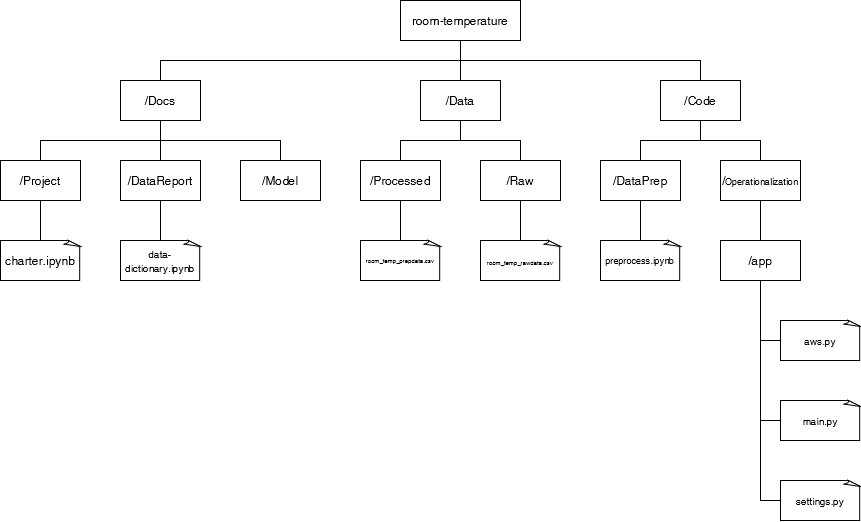
elianpk/IotPB keeps this draw.io diagram as TDSP.png. Above is the earlier version. Source tidied: cells renumbered, new cells last; positions are measured from the earlier drawing's top-left corner, leaving out a move shared by most shapes.
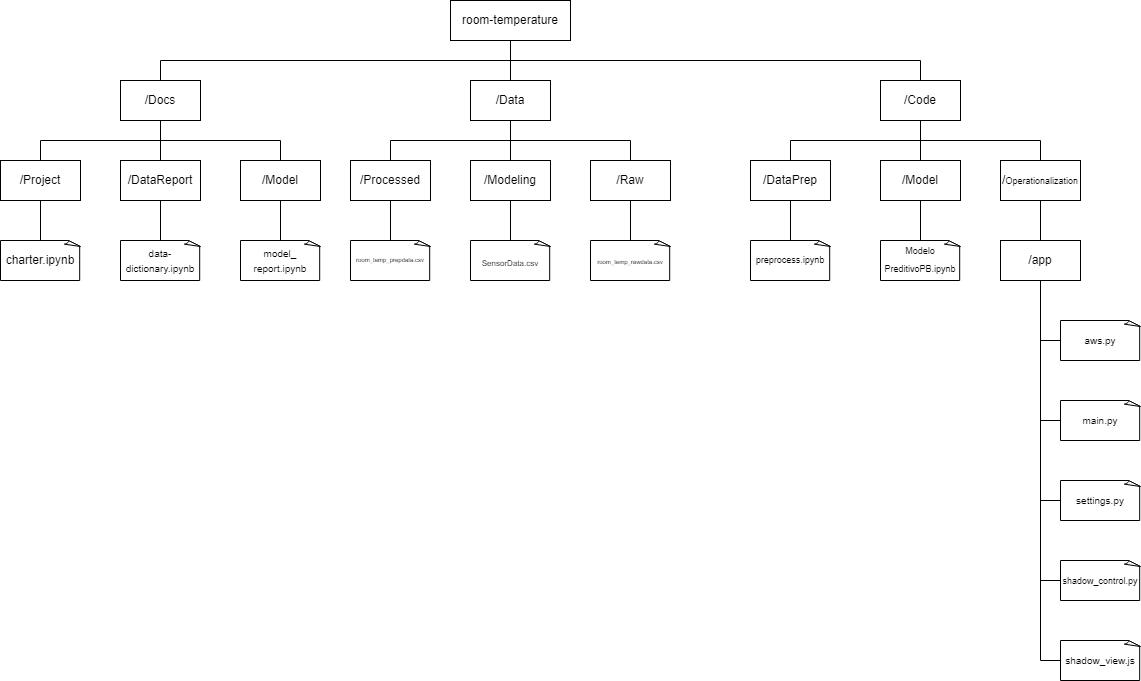
The same diagram one commit later.

Commit message:
Atualizando TDSP

Change to the diagram source:
```diff
@@ -6,7 +6,7 @@
       <mxGeometry relative="1" as="geometry">
         <Array as="points">
           <mxPoint x="460" y="60" />
-          <mxPoint x="160" y="60" />
+          <mxPoint x="110" y="60" />
         </Array>
       </mxGeometry>
     </mxCell>
@@ -17,7 +17,7 @@
       <mxGeometry relative="1" as="geometry">
         <Array as="points">
           <mxPoint x="460" y="60" />
-          <mxPoint x="700" y="60" />
+          <mxPoint x="870" y="60" />
         </Array>
       </mxGeometry>
     </mxCell>
@@ -27,8 +27,8 @@
     <mxCell id="6" style="edgeStyle=orthogonalEdgeStyle;rounded=0;jettySize=auto;html=1;entryX=0.5;entryY=0;entryDx=0;entryDy=0;endArrow=none;endFill=0;" parent="1" edge="1" source="9" target="11">
       <mxGeometry relative="1" as="geometry">
         <Array as="points">
-          <mxPoint x="160" y="140" />
-          <mxPoint x="40" y="140" />
+          <mxPoint x="110" y="140" />
+          <mxPoint x="-10" y="140" />
         </Array>
       </mxGeometry>
     </mxCell>
@@ -38,40 +38,50 @@
     <mxCell id="8" style="edgeStyle=orthogonalEdgeStyle;rounded=0;jettySize=auto;html=1;entryX=0.5;entryY=0;entryDx=0;entryDy=0;endArrow=none;endFill=0;" parent="1" edge="1" source="9" target="14">
       <mxGeometry relative="1" as="geometry">
         <Array as="points">
-          <mxPoint x="160" y="140" />
-          <mxPoint x="280" y="140" />
+          <mxPoint x="110" y="140" />
+          <mxPoint x="230" y="140" />
         </Array>
       </mxGeometry>
     </mxCell>
     <mxCell id="9" value="/Docs" style="rounded=0;whiteSpace=wrap;html=1;" parent="1" vertex="1">
-      <mxGeometry x="120" y="80" width="80" height="40" as="geometry" />
+      <mxGeometry x="70" y="80" width="80" height="40" as="geometry" />
     </mxCell>
     <mxCell id="10" style="edgeStyle=orthogonalEdgeStyle;rounded=0;jettySize=auto;html=1;endArrow=none;endFill=0;" parent="1" edge="1" source="11" target="15">
       <mxGeometry relative="1" as="geometry" />
     </mxCell>
     <mxCell id="11" value="&lt;div&gt;/Project&lt;/div&gt;" style="rounded=0;whiteSpace=wrap;html=1;" parent="1" vertex="1">
-      <mxGeometry y="160" width="80" height="40" as="geometry" />
+      <mxGeometry x="-50" y="160" width="80" height="40" as="geometry" />
     </mxCell>
     <mxCell id="12" style="edgeStyle=orthogonalEdgeStyle;rounded=0;jettySize=auto;html=1;endArrow=none;endFill=0;" parent="1" edge="1" source="13" target="16">
       <mxGeometry relative="1" as="geometry" />
     </mxCell>
     <mxCell id="13" value="/DataReport" style="rounded=0;whiteSpace=wrap;html=1;" parent="1" vertex="1">
-      <mxGeometry x="120" y="160" width="80" height="40" as="geometry" />
+      <mxGeometry x="70" y="160" width="80" height="40" as="geometry" />
     </mxCell>
     <mxCell id="14" value="/Model" style="rounded=0;whiteSpace=wrap;html=1;" parent="1" vertex="1">
-      <mxGeometry x="240" y="160" width="80" height="40" as="geometry" />
+      <mxGeometry x="190" y="160" width="80" height="40" as="geometry" />
     </mxCell>
     <mxCell id="15" value="charter.ipynb" style="whiteSpace=wrap;html=1;shape=mxgraph.basic.document;" parent="1" vertex="1">
-      <mxGeometry y="240" width="80" height="40" as="geometry" />
+      <mxGeometry x="-50" y="240" width="80" height="40" as="geometry" />
     </mxCell>
     <mxCell id="16" value="&lt;font style=&quot;font-size: 10px&quot;&gt;data-dictionary.ipynb&lt;/font&gt;" style="whiteSpace=wrap;html=1;shape=mxgraph.basic.document;" parent="1" vertex="1">
-      <mxGeometry x="120" y="240" width="80" height="40" as="geometry" />
+      <mxGeometry x="70" y="240" width="80" height="40" as="geometry" />
     </mxCell>
     <mxCell id="17" style="edgeStyle=orthogonalEdgeStyle;rounded=0;jettySize=auto;html=1;entryX=0.5;entryY=0;entryDx=0;entryDy=0;fontSize=10;endArrow=none;endFill=0;" parent="1" edge="1" source="19" target="21">
-      <mxGeometry relative="1" as="geometry" />
+      <mxGeometry relative="1" as="geometry">
+        <Array as="points">
+          <mxPoint x="460" y="140" />
+          <mxPoint x="340" y="140" />
+        </Array>
+      </mxGeometry>
     </mxCell>
     <mxCell id="18" style="edgeStyle=orthogonalEdgeStyle;rounded=0;jettySize=auto;html=1;entryX=0.5;entryY=0;entryDx=0;entryDy=0;fontSize=10;endArrow=none;endFill=0;" parent="1" edge="1" source="19" target="23">
-      <mxGeometry relative="1" as="geometry" />
+      <mxGeometry relative="1" as="geometry">
+        <Array as="points">
+          <mxPoint x="460" y="140" />
+          <mxPoint x="580" y="140" />
+        </Array>
+      </mxGeometry>
     </mxCell>
     <mxCell id="19" value="/Data" style="rounded=0;whiteSpace=wrap;html=1;" parent="1" vertex="1">
       <mxGeometry x="420" y="80" width="80" height="40" as="geometry" />
@@ -80,37 +90,51 @@
       <mxGeometry relative="1" as="geometry" />
     </mxCell>
     <mxCell id="21" value="/Processed" style="rounded=0;whiteSpace=wrap;html=1;" parent="1" vertex="1">
-      <mxGeometry x="360" y="160" width="80" height="40" as="geometry" />
+      <mxGeometry x="300" y="160" width="80" height="40" as="geometry" />
     </mxCell>
     <mxCell id="22" style="edgeStyle=orthogonalEdgeStyle;rounded=0;jettySize=auto;html=1;entryX=0.5;entryY=0;entryDx=0;entryDy=0;entryPerimeter=0;fontSize=10;endArrow=none;endFill=0;" parent="1" edge="1" source="23" target="24">
       <mxGeometry relative="1" as="geometry" />
     </mxCell>
     <mxCell id="23" value="/Raw" style="rounded=0;whiteSpace=wrap;html=1;" parent="1" vertex="1">
-      <mxGeometry x="480" y="160" width="80" height="40" as="geometry" />
+      <mxGeometry x="540" y="160" width="80" height="40" as="geometry" />
     </mxCell>
     <mxCell id="24" value="&lt;font style=&quot;font-size: 6px&quot;&gt;room_temp_rawdata.csv&lt;/font&gt;" style="whiteSpace=wrap;html=1;shape=mxgraph.basic.document;fontSize=10;align=center;" parent="1" vertex="1">
-      <mxGeometry x="480" y="240" width="80" height="40" as="geometry" />
+      <mxGeometry x="540" y="240" width="80" height="40" as="geometry" />
     </mxCell>
-    <mxCell id="25" style="edgeStyle=orthogonalEdgeStyle;rounded=0;jettySize=auto;html=1;entryX=0.5;entryY=0;entryDx=0;entryDy=0;fontSize=10;endArrow=none;endFill=0;" parent="1" edge="1" source="27" target="29">
-      <mxGeometry relative="1" as="geometry" />
+    <mxCell id="25" style="edgeStyle=orthogonalEdgeStyle;rounded=0;jettySize=auto;html=1;entryX=0.5;entryY=0;entryDx=0;entryDy=0;fontSize=10;endArrow=none;endFill=0;" parent="1" edge="1" source="27">
+      <mxGeometry relative="1" as="geometry">
+        <mxPoint x="740" y="160" as="targetPoint" />
+        <Array as="points">
+          <mxPoint x="870" y="140" />
+          <mxPoint x="740" y="140" />
+        </Array>
+      </mxGeometry>
     </mxCell>
     <mxCell id="26" style="edgeStyle=orthogonalEdgeStyle;rounded=0;jettySize=auto;html=1;entryX=0.5;entryY=0;entryDx=0;entryDy=0;fontSize=10;endArrow=none;endFill=0;" parent="1" edge="1" source="27" target="31">
-      <mxGeometry relative="1" as="geometry" />
+      <mxGeometry relative="1" as="geometry">
+        <Array as="points">
+          <mxPoint x="870" y="140" />
+          <mxPoint x="990" y="140" />
+        </Array>
+      </mxGeometry>
     </mxCell>
     <mxCell id="27" value="/Code" style="rounded=0;whiteSpace=wrap;html=1;" parent="1" vertex="1">
-      <mxGeometry x="660" y="80" width="80" height="40" as="geometry" />
+      <mxGeometry x="830" y="80" width="80" height="40" as="geometry" />
     </mxCell>
-    <mxCell id="28" style="edgeStyle=orthogonalEdgeStyle;rounded=0;jettySize=auto;html=1;entryX=0.5;entryY=0;entryDx=0;entryDy=0;entryPerimeter=0;fontSize=9;endArrow=none;endFill=0;" parent="1" edge="1" source="29" target="40">
-      <mxGeometry relative="1" as="geometry" />
+    <mxCell id="28" style="edgeStyle=orthogonalEdgeStyle;rounded=0;orthogonalLoop=1;jettySize=auto;html=1;entryX=0.5;entryY=0;entryDx=0;entryDy=0;entryPerimeter=0;fontSize=9;endArrow=none;endFill=0;" parent="1" edge="1">
+      <mxGeometry relative="1" as="geometry">
+        <mxPoint x="740" y="200" as="sourcePoint" />
+        <mxPoint x="740" y="240" as="targetPoint" />
+      </mxGeometry>
     </mxCell>
     <mxCell id="29" value="/DataPrep" style="rounded=0;whiteSpace=wrap;html=1;" parent="1" vertex="1">
-      <mxGeometry x="600" y="160" width="80" height="40" as="geometry" />
+      <mxGeometry x="700" y="160" width="80" height="40" as="geometry" />
     </mxCell>
     <mxCell id="30" style="edgeStyle=orthogonalEdgeStyle;rounded=0;jettySize=auto;html=1;entryX=0.5;entryY=0;entryDx=0;entryDy=0;fontSize=9;endArrow=none;endFill=0;" parent="1" edge="1" source="31" target="35">
       <mxGeometry relative="1" as="geometry" />
     </mxCell>
     <mxCell id="31" value="/&lt;font style=&quot;font-size: 9px&quot;&gt;Operationalization&lt;/font&gt;" style="rounded=0;whiteSpace=wrap;html=1;" parent="1" vertex="1">
-      <mxGeometry x="720" y="160" width="80" height="40" as="geometry" />
+      <mxGeometry x="950" y="160" width="80" height="40" as="geometry" />
     </mxCell>
     <mxCell id="32" style="edgeStyle=orthogonalEdgeStyle;rounded=0;jettySize=auto;html=1;entryX=0;entryY=0.5;entryDx=0;entryDy=0;entryPerimeter=0;fontSize=6;endArrow=none;endFill=0;" parent="1" edge="1" source="35" target="37">
       <mxGeometry relative="1" as="geometry" />
@@ -122,22 +146,64 @@
       <mxGeometry relative="1" as="geometry" />
     </mxCell>
     <mxCell id="35" value="&lt;div&gt;/app&lt;/div&gt;" style="rounded=0;whiteSpace=wrap;html=1;" parent="1" vertex="1">
-      <mxGeometry x="720" y="240" width="80" height="40" as="geometry" />
+      <mxGeometry x="950" y="240" width="80" height="40" as="geometry" />
     </mxCell>
     <mxCell id="36" value="&lt;h2 id=&quot;blob-path&quot; class=&quot;breadcrumb flex-auto flex-self-center min-width-0 text-normal mx-2 width-full width-md-auto flex-order-1 flex-md-order-none mt-3 mt-md-0&quot; style=&quot;font-size: 6px&quot; align=&quot;center&quot;&gt;&lt;font style=&quot;font-size: 6px&quot;&gt;&lt;span class=&quot;separator&quot;&gt;&lt;/span&gt;&lt;span class=&quot;final-path&quot;&gt;&lt;span style=&quot;font-weight: normal&quot;&gt;room_temp&lt;/span&gt;&lt;/span&gt;&lt;span class=&quot;final-path&quot;&gt;&lt;span style=&quot;font-weight: normal&quot;&gt;_prepdata.csv&lt;/span&gt;&lt;/span&gt;&lt;/font&gt;&lt;/h2&gt;" style="whiteSpace=wrap;html=1;shape=mxgraph.basic.document;fontSize=10;align=center;" parent="1" vertex="1">
-      <mxGeometry x="360" y="240" width="80" height="40" as="geometry" />
+      <mxGeometry x="300" y="240" width="80" height="40" as="geometry" />
     </mxCell>
     <mxCell id="37" value="aws.py" style="whiteSpace=wrap;html=1;shape=mxgraph.basic.document;fontSize=10;align=center;" parent="1" vertex="1">
-      <mxGeometry x="780" y="320" width="80" height="40" as="geometry" />
+      <mxGeometry x="1010" y="320" width="80" height="40" as="geometry" />
     </mxCell>
     <mxCell id="38" value="main.py" style="whiteSpace=wrap;html=1;shape=mxgraph.basic.document;fontSize=10;align=center;" parent="1" vertex="1">
-      <mxGeometry x="780" y="400" width="80" height="40" as="geometry" />
+      <mxGeometry x="1010" y="400" width="80" height="40" as="geometry" />
     </mxCell>
     <mxCell id="39" value="settings.py" style="whiteSpace=wrap;html=1;shape=mxgraph.basic.document;fontSize=10;align=center;" parent="1" vertex="1">
-      <mxGeometry x="780" y="480" width="80" height="40" as="geometry" />
+      <mxGeometry x="1010" y="480" width="80" height="40" as="geometry" />
     </mxCell>
     <mxCell id="40" value="&lt;h2 id=&quot;blob-path&quot; class=&quot;breadcrumb flex-auto flex-self-center min-width-0 text-normal mx-2 width-full width-md-auto flex-order-1 flex-md-order-none mt-3 mt-md-0&quot; style=&quot;font-size: 9px&quot;&gt;&lt;font style=&quot;font-size: 9px&quot;&gt;&lt;span class=&quot;final-path&quot;&gt;&lt;span style=&quot;font-weight: normal&quot;&gt;preprocess.ipynb&lt;/span&gt;&lt;/span&gt;&lt;/font&gt;&lt;/h2&gt;" style="whiteSpace=wrap;html=1;shape=mxgraph.basic.document;fontSize=10;align=center;" parent="1" vertex="1">
-      <mxGeometry x="600" y="240" width="80" height="40" as="geometry" />
+      <mxGeometry x="700" y="240" width="80" height="40" as="geometry" />
     </mxCell>
+    <mxCell id="41" value="&lt;font style=&quot;font-size: 9px&quot;&gt;shadow_control.py&lt;/font&gt;" style="whiteSpace=wrap;html=1;shape=mxgraph.basic.document;fontSize=10;align=center;" parent="1" vertex="1">
+      <mxGeometry x="1010" y="560" width="80" height="40" as="geometry" />
+    </mxCell>
+    <mxCell id="42" value="shadow_view.js" style="whiteSpace=wrap;html=1;shape=mxgraph.basic.document;fontSize=10;align=center;" parent="1" vertex="1">
+      <mxGeometry x="1010" y="640" width="80" height="40" as="geometry" />
+    </mxCell>
+    <mxCell id="43" style="endArrow=none;html=1;rounded=0;exitX=0.5;exitY=1;exitDx=0;exitDy=0;edgeStyle=orthogonalEdgeStyle;entryX=0;entryY=0.5;entryDx=0;entryDy=0;entryPerimeter=0;" parent="1" edge="1" source="35" target="41">
+      <mxGeometry relative="1" as="geometry" />
+    </mxCell>
+    <mxCell id="44" style="endArrow=none;html=1;rounded=0;exitX=0.5;exitY=1;exitDx=0;exitDy=0;edgeStyle=orthogonalEdgeStyle;entryX=0;entryY=0.5;entryDx=0;entryDy=0;entryPerimeter=0;" parent="1" edge="1" source="35" target="42">
+      <mxGeometry relative="1" as="geometry" />
+    </mxCell>
+    <mxCell id="45" value="/Modeling" style="rounded=0;whiteSpace=wrap;html=1;" parent="1" vertex="1">
+      <mxGeometry x="420" y="160" width="80" height="40" as="geometry" />
+    </mxCell>
+    <mxCell id="46" value="&lt;h2 id=&quot;blob-path&quot; class=&quot;breadcrumb flex-auto flex-self-center min-width-0 text-normal mx-2 width-full width-md-auto flex-order-1 flex-md-order-none mt-3 mt-md-0&quot; align=&quot;center&quot;&gt;&lt;span style=&quot;font-size: 8px ; font-weight: 400&quot;&gt;SensorData.csv&lt;/span&gt;&lt;/h2&gt;" style="whiteSpace=wrap;html=1;shape=mxgraph.basic.document;fontSize=10;align=center;" parent="1" vertex="1">
+      <mxGeometry x="420" y="240" width="80" height="40" as="geometry" />
+    </mxCell>
+    <mxCell id="47" style="endArrow=none;html=1;rounded=0;fontSize=8;exitX=0.5;exitY=1;exitDx=0;exitDy=0;entryX=0.5;entryY=0;entryDx=0;entryDy=0;" parent="1" edge="1" source="19" target="45">
+      <mxGeometry relative="1" as="geometry" />
+    </mxCell>
+    <mxCell id="48" style="endArrow=none;html=1;rounded=0;fontSize=8;entryX=0.5;entryY=1;entryDx=0;entryDy=0;exitX=0.5;exitY=0;exitDx=0;exitDy=0;exitPerimeter=0;" parent="1" edge="1" source="46" target="45">
+      <mxGeometry relative="1" as="geometry" />
+    </mxCell>
+    <mxCell id="49" value="&lt;font style=&quot;font-size: 10px&quot;&gt;model_&lt;br&gt;report.ipynb&lt;/font&gt;" style="whiteSpace=wrap;html=1;shape=mxgraph.basic.document;" parent="1" vertex="1">
+      <mxGeometry x="190" y="240" width="80" height="40" as="geometry" />
+    </mxCell>
+    <mxCell id="50" style="endArrow=none;html=1;rounded=0;fontSize=8;entryX=0.5;entryY=1;entryDx=0;entryDy=0;exitX=0.5;exitY=0;exitDx=0;exitDy=0;exitPerimeter=0;" parent="1" edge="1" source="49" target="14">
+      <mxGeometry relative="1" as="geometry" />
+    </mxCell>
+    <mxCell id="51" value="/Model" style="rounded=0;whiteSpace=wrap;html=1;" parent="1" vertex="1">
+      <mxGeometry x="830" y="160" width="80" height="40" as="geometry" />
+    </mxCell>
+    <mxCell id="52" style="endArrow=none;html=1;rounded=0;fontSize=8;entryX=0.5;entryY=1;entryDx=0;entryDy=0;exitX=0.5;exitY=0;exitDx=0;exitDy=0;" parent="1" edge="1" source="51" target="27">
+      <mxGeometry relative="1" as="geometry" />
+    </mxCell>
+    <mxCell id="53" value="&lt;h2 id=&quot;blob-path&quot; class=&quot;breadcrumb flex-auto flex-self-center min-width-0 text-normal mx-2 width-full width-md-auto flex-order-1 flex-md-order-none mt-3 mt-md-0&quot; style=&quot;font-size: 9px&quot;&gt;&lt;font style=&quot;font-size: 9px&quot;&gt;&lt;span class=&quot;final-path&quot;&gt;&lt;span style=&quot;font-weight: normal&quot;&gt;Modelo&lt;/span&gt;&lt;/span&gt;&lt;/font&gt;&lt;/h2&gt;&lt;h2 id=&quot;blob-path&quot; class=&quot;breadcrumb flex-auto flex-self-center min-width-0 text-normal mx-2 width-full width-md-auto flex-order-1 flex-md-order-none mt-3 mt-md-0&quot; style=&quot;font-size: 9px&quot;&gt;&lt;font style=&quot;font-size: 9px&quot;&gt;&lt;span class=&quot;final-path&quot;&gt;&lt;span style=&quot;font-weight: normal&quot;&gt;PreditivoPB.ipynb&lt;/span&gt;&lt;/span&gt;&lt;/font&gt;&lt;/h2&gt;" style="whiteSpace=wrap;html=1;shape=mxgraph.basic.document;fontSize=10;align=center;" parent="1" vertex="1">
+      <mxGeometry x="830" y="240" width="80" height="40" as="geometry" />
+    </mxCell>
+    <mxCell id="54" style="endArrow=none;html=1;rounded=0;fontSize=8;entryX=0.5;entryY=1;entryDx=0;entryDy=0;exitX=0.5;exitY=0;exitDx=0;exitDy=0;exitPerimeter=0;" parent="1" edge="1" source="53" target="51">
+      <mxGeometry relative="1" as="geometry" />
+    </mxCell>
   </root>
 </mxGraphModel>
```
